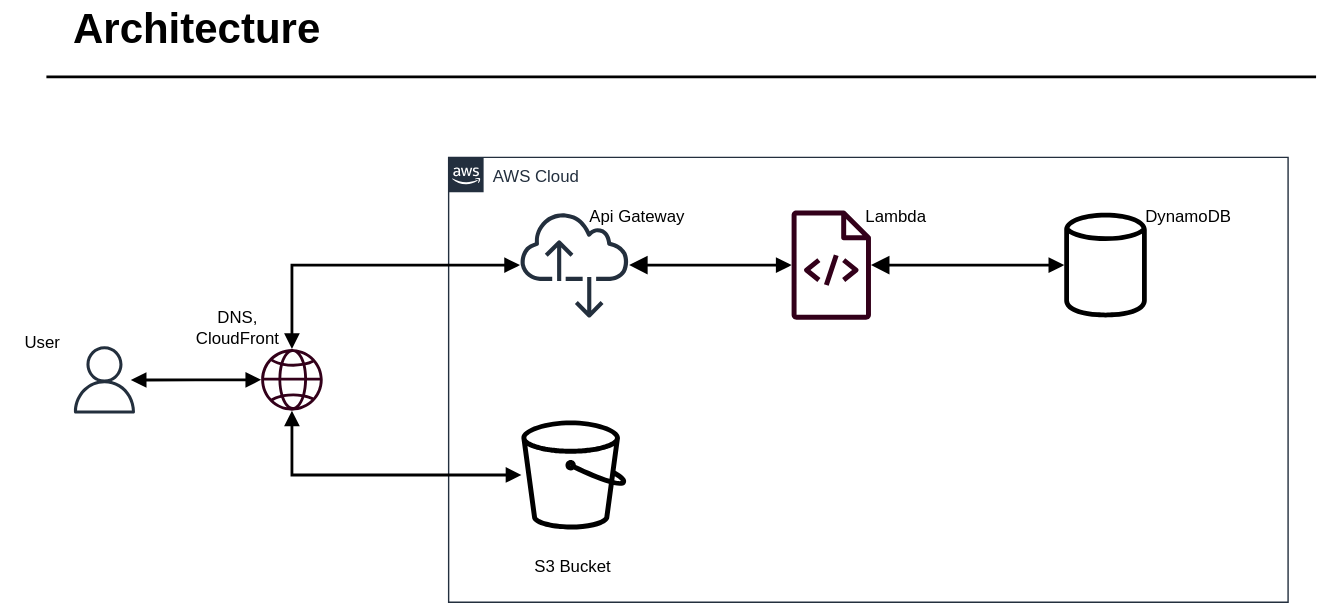
Before: cork-up.drawio.svg, a diagram exported from draw.io (katagiri1999/cork-up). Source tidied: cells renumbered, new cells last; positions are measured from the earlier drawing's top-left corner, leaving out a move shared by most shapes.
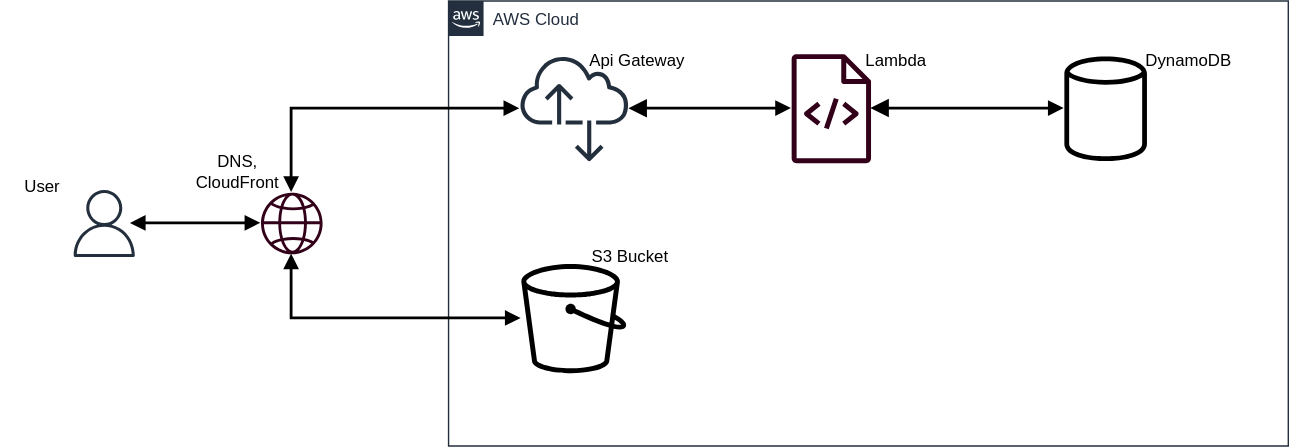
Above is the later version.

What changed in the source:
```diff
@@ -2,12 +2,6 @@
   <root>
     <mxCell id="0" />
     <mxCell id="1" parent="0" />
-    <mxCell id="2" value="Architecture" style="text;html=1;align=left;verticalAlign=top;spacingTop=-4;fontSize=30;fontStyle=1;" parent="1" vertex="1">
-      <mxGeometry x="50" width="180" height="40" as="geometry" />
-    </mxCell>
-    <mxCell id="3" style="line;strokeWidth=2;html=1;fontSize=14;" parent="1" vertex="1">
-      <mxGeometry x="32.5" y="49.5" width="907.5" height="10" as="geometry" />
-    </mxCell>
     <mxCell id="4" value="AWS Cloud" style="gradientColor=none;html=1;whiteSpace=wrap;fontSize=12;fontStyle=0;shape=mxgraph.aws4.group;grIcon=mxgraph.aws4.group_aws_cloud_alt;strokeColor=#232F3E;fillColor=none;verticalAlign=top;align=left;spacingLeft=30;fontColor=#232F3E;dashed=0;" parent="1" vertex="1">
       <mxGeometry x="320" y="112" width="600" height="318" as="geometry" />
     </mxCell>
@@ -38,6 +32,9 @@
     <mxCell id="13" value="DynamoDB" style="text;html=1;whiteSpace=wrap;strokeColor=none;fillColor=none;align=center;verticalAlign=middle;rounded=0;" parent="4" vertex="1">
       <mxGeometry x="499" y="28" width="60" height="30" as="geometry" />
     </mxCell>
+    <mxCell id="18" value="S3 Bucket" style="text;html=1;whiteSpace=wrap;strokeColor=none;fillColor=none;align=center;verticalAlign=middle;rounded=0;" parent="4" vertex="1">
+      <mxGeometry x="100" y="168" width="60" height="30" as="geometry" />
+    </mxCell>
     <mxCell id="14" style="sketch=0;outlineConnect=0;fillColor=#33001A;strokeColor=#006EAF;dashed=0;verticalLabelPosition=bottom;verticalAlign=top;align=center;html=1;fontSize=12;fontStyle=0;shape=mxgraph.aws4.globe;fontColor=#ffffff;" parent="1" vertex="1">
       <mxGeometry x="186" y="249" width="44" height="44" as="geometry" />
     </mxCell>
@@ -50,9 +47,6 @@
     <mxCell id="17" value="DNS,&lt;br&gt;CloudFront" style="text;html=1;whiteSpace=wrap;strokeColor=none;fillColor=none;align=center;verticalAlign=middle;rounded=0;" parent="1" vertex="1">
       <mxGeometry x="105" y="219" width="129" height="30" as="geometry" />
     </mxCell>
-    <mxCell id="18" value="S3 Bucket" style="text;html=1;whiteSpace=wrap;strokeColor=none;fillColor=none;align=center;verticalAlign=middle;rounded=0;" parent="1" vertex="1">
-      <mxGeometry x="379" y="390" width="60" height="30" as="geometry" />
-    </mxCell>
     <mxCell id="19" style="edgeStyle=orthogonalEdgeStyle;rounded=0;jettySize=auto;html=1;entryX=0.931;entryY=0.503;entryDx=0;entryDy=0;entryPerimeter=0;startArrow=block;startFill=1;endArrow=block;endFill=1;strokeWidth=2;" parent="1" edge="1" source="14" target="15">
       <mxGeometry relative="1" as="geometry" />
     </mxCell>
```
